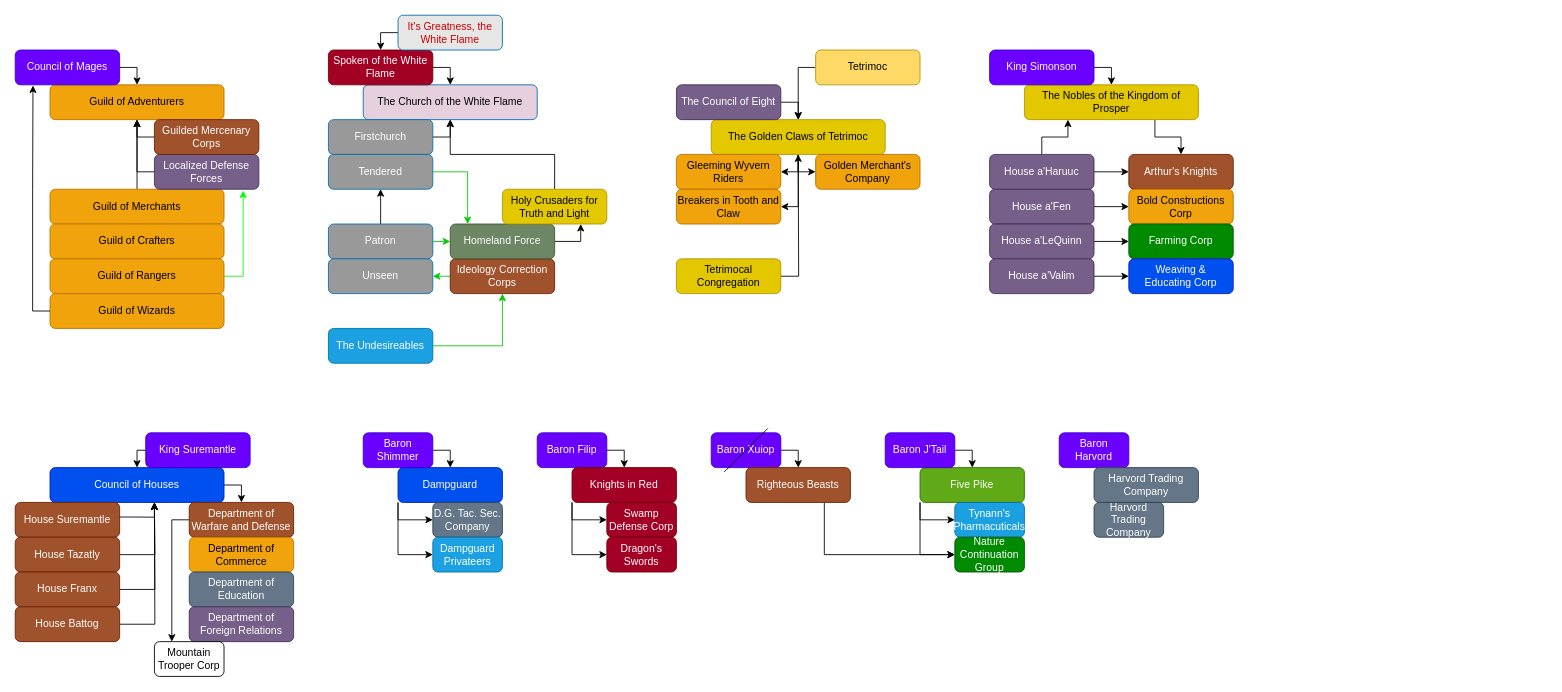
The draw.io diagram MEDIA/SUPP/alatermenianStructures.drawio in craftingcity/The-Known-World, before the edit. Source tidied: cells renumbered, new cells numbered last; positions are measured from the earlier drawing's top-left corner, leaving out a move shared by most shapes. Both pictures are drawn from the tidied source at 87%, with x=0, y=0 at pixel (15, 15).
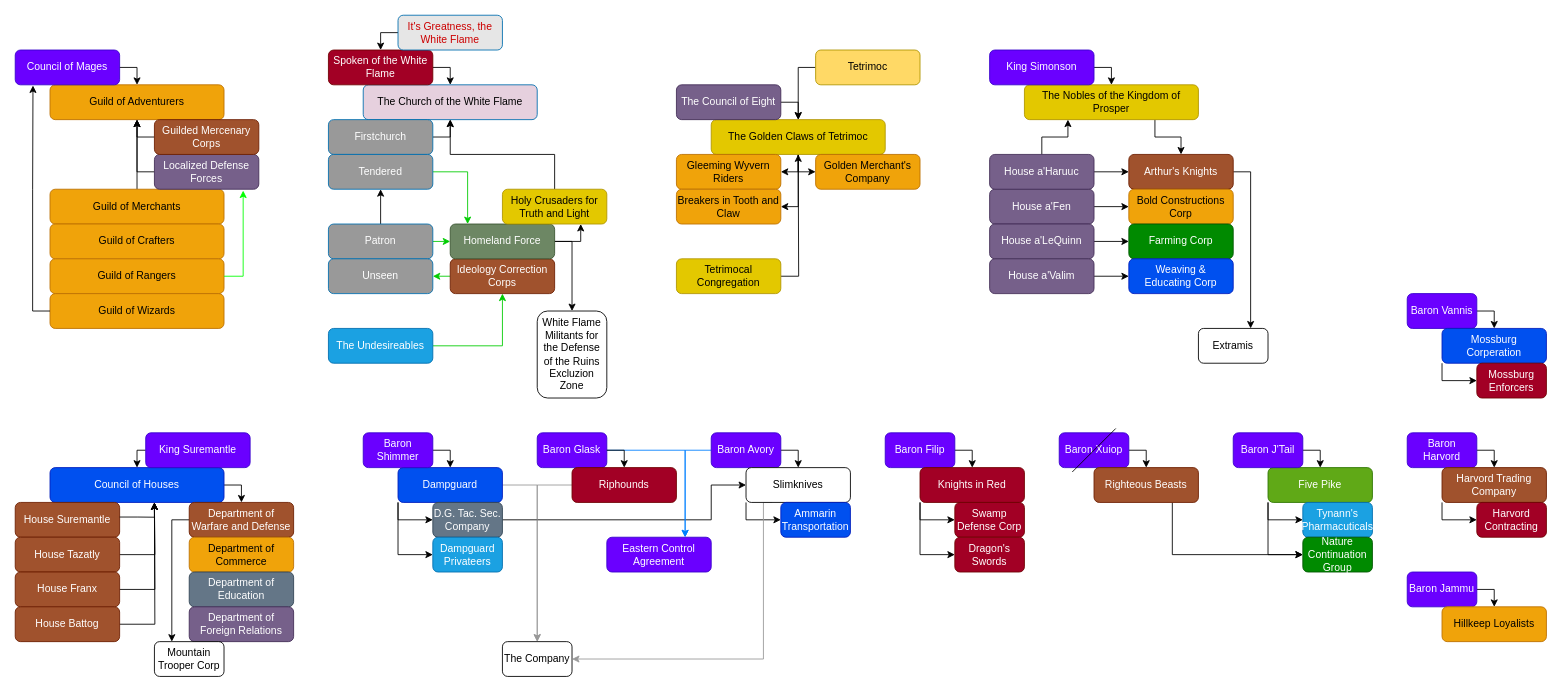
Above is the later version.

Unchanged cells that the change refers to:
```xml
<mxCell id="51" value="Homeland Force" style="rounded=1;whiteSpace=wrap;html=1;fillColor=#6d8764;fontColor=#ffffff;strokeColor=#3A5431;" parent="1" vertex="1">
  <mxGeometry x="500" y="240" width="120" height="40" as="geometry" />
</mxCell>
<mxCell id="71" value="Arthur's Knights" style="rounded=1;whiteSpace=wrap;html=1;fillColor=#a0522d;fontColor=#ffffff;strokeColor=#6D1F00;" parent="1" vertex="1">
  <mxGeometry x="1280" y="160" width="120" height="40" as="geometry" />
</mxCell>
<mxCell id="86" value="Dampguard" style="rounded=1;whiteSpace=wrap;html=1;fillColor=#0050ef;fontColor=#ffffff;strokeColor=#001DBC;" parent="1" vertex="1">
  <mxGeometry x="440" y="520" width="120" height="40" as="geometry" />
</mxCell>
<mxCell id="90" value="D.G. Tac. Sec. Company" style="rounded=1;whiteSpace=wrap;html=1;fillColor=#647687;fontColor=#ffffff;strokeColor=#314354;" parent="1" vertex="1">
  <mxGeometry x="480" y="560" width="80" height="40" as="geometry" />
</mxCell>
```

The edit, as a diff of the source:
```diff
@@
+    <mxCell id="114" style="edgeStyle=orthogonalEdgeStyle;rounded=0;jettySize=auto;html=1;exitX=1;exitY=0.5;exitDx=0;exitDy=0;entryX=0.5;entryY=0;entryDx=0;entryDy=0;" parent="1" edge="1" source="51" target="142">
+      <mxGeometry relative="1" as="geometry" />
+    </mxCell>
@@
+    <mxCell id="115" style="edgeStyle=orthogonalEdgeStyle;rounded=0;jettySize=auto;html=1;exitX=1;exitY=0.5;exitDx=0;exitDy=0;entryX=0.75;entryY=0;entryDx=0;entryDy=0;" parent="1" edge="1" source="71" target="143">
+      <mxGeometry relative="1" as="geometry" />
+    </mxCell>
@@
+    <mxCell id="116" style="edgeStyle=orthogonalEdgeStyle;rounded=0;jettySize=auto;html=1;exitX=1;exitY=0.5;exitDx=0;exitDy=0;entryX=0.5;entryY=0;entryDx=0;entryDy=0;strokeColor=#999999;" parent="1" edge="1" source="86" target="141">
+      <mxGeometry relative="1" as="geometry" />
+    </mxCell>
@@
+    <mxCell id="117" style="edgeStyle=orthogonalEdgeStyle;rounded=0;jettySize=auto;html=1;exitX=1;exitY=0.5;exitDx=0;exitDy=0;entryX=0;entryY=0.5;entryDx=0;entryDy=0;" parent="1" edge="1" source="90" target="137">
+      <mxGeometry relative="1" as="geometry">
+        <Array as="points">
+          <mxPoint x="800" y="580" />
+          <mxPoint x="800" y="540" />
+        </Array>
+      </mxGeometry>
+    </mxCell>
@@
     <mxCell id="93" value="Baron Filip" style="rounded=1;whiteSpace=wrap;html=1;fillColor=#6a00ff;fontColor=#ffffff;strokeColor=#3700CC;" parent="1" vertex="1">
-      <mxGeometry x="600" y="480" width="80" height="40" as="geometry" />
+      <mxGeometry x="1000" y="480" width="80" height="40" as="geometry" />
     </mxCell>
@@
     <mxCell id="96" value="Knights in Red" style="rounded=1;whiteSpace=wrap;html=1;fillColor=#a20025;fontColor=#ffffff;strokeColor=#6F0000;" parent="1" vertex="1">
-      <mxGeometry x="640" y="520" width="120" height="40" as="geometry" />
+      <mxGeometry x="1040" y="520" width="120" height="40" as="geometry" />
     </mxCell>
     <mxCell id="97" value="Swamp Defense Corp" style="rounded=1;whiteSpace=wrap;html=1;fillColor=#a20025;fontColor=#ffffff;strokeColor=#6F0000;" parent="1" vertex="1">
-      <mxGeometry x="680" y="560" width="80" height="40" as="geometry" />
+      <mxGeometry x="1080" y="560" width="80" height="40" as="geometry" />
     </mxCell>
     <mxCell id="98" value="Dragon's Swords" style="rounded=1;whiteSpace=wrap;html=1;fillColor=#a20025;fontColor=#ffffff;strokeColor=#6F0000;" parent="1" vertex="1">
-      <mxGeometry x="680" y="600" width="80" height="40" as="geometry" />
+      <mxGeometry x="1080" y="600" width="80" height="40" as="geometry" />
     </mxCell>
@@
     <mxCell id="101" value="Five Pike" style="rounded=1;whiteSpace=wrap;html=1;fillColor=#60a917;fontColor=#ffffff;strokeColor=#2D7600;" parent="1" vertex="1">
-      <mxGeometry x="1040" y="520" width="120" height="40" as="geometry" />
+      <mxGeometry x="1440" y="520" width="120" height="40" as="geometry" />
     </mxCell>
@@
     <mxCell id="103" value="Baron J'Tail" style="rounded=1;whiteSpace=wrap;html=1;fillColor=#6a00ff;fontColor=#ffffff;strokeColor=#3700CC;" parent="1" vertex="1">
-      <mxGeometry x="1000" y="480" width="80" height="40" as="geometry" />
+      <mxGeometry x="1400" y="480" width="80" height="40" as="geometry" />
     </mxCell>
     <mxCell id="104" value="Tynann's Pharmacuticals" style="rounded=1;whiteSpace=wrap;html=1;fillColor=#1ba1e2;fontColor=#ffffff;strokeColor=#006EAF;" parent="1" vertex="1">
-      <mxGeometry x="1080" y="560" width="80" height="40" as="geometry" />
+      <mxGeometry x="1480" y="560" width="80" height="40" as="geometry" />
     </mxCell>
     <mxCell id="105" value="Nature Continuation Group" style="rounded=1;whiteSpace=wrap;html=1;fillColor=#008a00;fontColor=#ffffff;strokeColor=#005700;" parent="1" vertex="1">
-      <mxGeometry x="1080" y="600" width="80" height="40" as="geometry" />
+      <mxGeometry x="1480" y="600" width="80" height="40" as="geometry" />
     </mxCell>
@@
     <mxCell id="107" value="Baron Xuiop" style="rounded=1;whiteSpace=wrap;html=1;fillColor=#6a00ff;fontColor=#ffffff;strokeColor=#3700CC;" parent="1" vertex="1">
-      <mxGeometry x="800" y="480" width="80" height="40" as="geometry" />
+      <mxGeometry x="1200" y="480" width="80" height="40" as="geometry" />
     </mxCell>
@@
     <mxCell id="109" value="Righteous Beasts" style="rounded=1;whiteSpace=wrap;html=1;fillColor=#a0522d;fontColor=#ffffff;strokeColor=#6D1F00;" parent="1" vertex="1">
-      <mxGeometry x="840" y="520" width="120" height="40" as="geometry" />
+      <mxGeometry x="1240" y="520" width="120" height="40" as="geometry" />
     </mxCell>
     <mxCell id="110" style="endArrow=none;html=1;rounded=0;strokeColor=#000000;" parent="1" edge="1">
       <mxGeometry relative="1" as="geometry">
-        <mxPoint x="815" y="525" as="sourcePoint" />
-        <mxPoint x="865" y="475" as="targetPoint" />
+        <mxPoint x="1215" y="525" as="sourcePoint" />
+        <mxPoint x="1265" y="475" as="targetPoint" />
       </mxGeometry>
     </mxCell>
+    <mxCell id="118" style="edgeStyle=orthogonalEdgeStyle;rounded=0;jettySize=auto;html=1;exitX=1;exitY=0.5;exitDx=0;exitDy=0;entryX=0.5;entryY=0;entryDx=0;entryDy=0;" parent="1" edge="1" source="111" target="112">
+      <mxGeometry relative="1" as="geometry" />
+    </mxCell>
     <mxCell id="111" value="Baron Harvord" style="rounded=1;whiteSpace=wrap;html=1;fillColor=#6a00ff;fontColor=#ffffff;strokeColor=#3700CC;" parent="1" vertex="1">
-      <mxGeometry x="1200" y="480" width="80" height="40" as="geometry" />
+      <mxGeometry x="1600" y="480" width="80" height="40" as="geometry" />
     </mxCell>
+    <mxCell id="119" style="edgeStyle=orthogonalEdgeStyle;rounded=0;jettySize=auto;html=1;exitX=0;exitY=1;exitDx=0;exitDy=0;entryX=0;entryY=0.5;entryDx=0;entryDy=0;" parent="1" edge="1" source="112" target="113">
+      <mxGeometry relative="1" as="geometry" />
+    </mxCell>
-    <mxCell id="112" value="Harvord Trading Company" style="rounded=1;whiteSpace=wrap;html=1;fillColor=#647687;fontColor=#ffffff;strokeColor=#314354;" parent="1" vertex="1">
-      <mxGeometry x="1240" y="520" width="120" height="40" as="geometry" />
+    <mxCell id="112" value="Harvord Trading Company" style="rounded=1;whiteSpace=wrap;html=1;fillColor=#a0522d;fontColor=#ffffff;strokeColor=#6D1F00;" parent="1" vertex="1">
+      <mxGeometry x="1640" y="520" width="120" height="40" as="geometry" />
     </mxCell>
-    <mxCell id="113" value="Harvord Trading Company" style="rounded=1;whiteSpace=wrap;html=1;fillColor=#647687;fontColor=#ffffff;strokeColor=#314354;" parent="1" vertex="1">
-      <mxGeometry x="1240" y="560" width="80" height="40" as="geometry" />
+    <mxCell id="113" value="Harvord Contracting" style="rounded=1;whiteSpace=wrap;html=1;fillColor=#a20025;fontColor=#ffffff;strokeColor=#6F0000;" parent="1" vertex="1">
+      <mxGeometry x="1680" y="560" width="80" height="40" as="geometry" />
     </mxCell>
+    <mxCell id="120" style="edgeStyle=orthogonalEdgeStyle;rounded=0;jettySize=auto;html=1;exitX=1;exitY=0.5;exitDx=0;exitDy=0;" parent="1" edge="1" source="121" target="122">
+      <mxGeometry relative="1" as="geometry" />
+    </mxCell>
+    <mxCell id="121" value="Baron Jammu" style="rounded=1;whiteSpace=wrap;html=1;fillColor=#6a00ff;fontColor=#ffffff;strokeColor=#3700CC;" parent="1" vertex="1">
+      <mxGeometry x="1600" y="640" width="80" height="40" as="geometry" />
+    </mxCell>
+    <mxCell id="122" value="Hillkeep Loyalists" style="rounded=1;whiteSpace=wrap;html=1;fillColor=#f0a30a;fontColor=#000000;strokeColor=#BD7000;" parent="1" vertex="1">
+      <mxGeometry x="1640" y="680" width="120" height="40" as="geometry" />
+    </mxCell>
+    <mxCell id="123" style="edgeStyle=orthogonalEdgeStyle;rounded=0;jettySize=auto;html=1;exitX=1;exitY=0.5;exitDx=0;exitDy=0;" parent="1" edge="1" source="124" target="126">
+      <mxGeometry relative="1" as="geometry" />
+    </mxCell>
+    <mxCell id="124" value="Baron Vannis" style="rounded=1;whiteSpace=wrap;html=1;fillColor=#6a00ff;fontColor=#ffffff;strokeColor=#3700CC;" parent="1" vertex="1">
+      <mxGeometry x="1600" y="320" width="80" height="40" as="geometry" />
+    </mxCell>
+    <mxCell id="125" style="edgeStyle=orthogonalEdgeStyle;rounded=0;jettySize=auto;html=1;exitX=0;exitY=1;exitDx=0;exitDy=0;entryX=0;entryY=0.5;entryDx=0;entryDy=0;" parent="1" edge="1" source="126" target="127">
+      <mxGeometry relative="1" as="geometry" />
+    </mxCell>
+    <mxCell id="126" value="Mossburg Corperation" style="rounded=1;whiteSpace=wrap;html=1;fillColor=#0050ef;fontColor=#ffffff;strokeColor=#001DBC;" parent="1" vertex="1">
+      <mxGeometry x="1640" y="360" width="120" height="40" as="geometry" />
+    </mxCell>
+    <mxCell id="127" value="Mossburg Enforcers" style="rounded=1;whiteSpace=wrap;html=1;fillColor=#a20025;fontColor=#ffffff;strokeColor=#6F0000;" parent="1" vertex="1">
+      <mxGeometry x="1680" y="400" width="80" height="40" as="geometry" />
+    </mxCell>
+    <mxCell id="128" style="edgeStyle=orthogonalEdgeStyle;rounded=0;jettySize=auto;html=1;exitX=1;exitY=0.5;exitDx=0;exitDy=0;entryX=0.75;entryY=0;entryDx=0;entryDy=0;strokeColor=#007FFF;" parent="1" edge="1" source="129" target="139">
+      <mxGeometry relative="1" as="geometry" />
+    </mxCell>
+    <mxCell id="129" value="Baron Glask" style="rounded=1;whiteSpace=wrap;html=1;fillColor=#6a00ff;fontColor=#ffffff;strokeColor=#3700CC;" parent="1" vertex="1">
+      <mxGeometry x="600" y="480" width="80" height="40" as="geometry" />
+    </mxCell>
+    <mxCell id="130" style="edgeStyle=orthogonalEdgeStyle;rounded=0;jettySize=auto;html=1;exitX=0;exitY=0.5;exitDx=0;exitDy=0;entryX=0.5;entryY=0;entryDx=0;entryDy=0;strokeColor=#999999;" parent="1" edge="1" source="131" target="141">
+      <mxGeometry relative="1" as="geometry" />
+    </mxCell>
+    <mxCell id="131" value="Riphounds" style="rounded=1;whiteSpace=wrap;html=1;fillColor=#a20025;fontColor=#ffffff;strokeColor=#6F0000;" parent="1" vertex="1">
+      <mxGeometry x="640" y="520" width="120" height="40" as="geometry" />
+    </mxCell>
+    <mxCell id="132" style="edgeStyle=orthogonalEdgeStyle;rounded=0;jettySize=auto;html=1;exitX=1;exitY=0.5;exitDx=0;exitDy=0;" parent="1" edge="1" source="134" target="137">
+      <mxGeometry relative="1" as="geometry" />
+    </mxCell>
+    <mxCell id="133" style="edgeStyle=orthogonalEdgeStyle;rounded=0;jettySize=auto;html=1;exitX=0;exitY=0.5;exitDx=0;exitDy=0;entryX=0.75;entryY=0;entryDx=0;entryDy=0;strokeColor=#007FFF;" parent="1" edge="1" source="134" target="139">
+      <mxGeometry relative="1" as="geometry" />
+    </mxCell>
+    <mxCell id="134" value="Baron Avory" style="rounded=1;whiteSpace=wrap;html=1;fillColor=#6a00ff;fontColor=#ffffff;strokeColor=#3700CC;" parent="1" vertex="1">
+      <mxGeometry x="800" y="480" width="80" height="40" as="geometry" />
+    </mxCell>
+    <mxCell id="135" style="edgeStyle=orthogonalEdgeStyle;rounded=0;jettySize=auto;html=1;exitX=0;exitY=1;exitDx=0;exitDy=0;entryX=0;entryY=0.5;entryDx=0;entryDy=0;" parent="1" edge="1" source="137" target="138">
+      <mxGeometry relative="1" as="geometry" />
+    </mxCell>
+    <mxCell id="136" style="edgeStyle=orthogonalEdgeStyle;rounded=0;jettySize=auto;html=1;exitX=0.25;exitY=1;exitDx=0;exitDy=0;entryX=1;entryY=0.5;entryDx=0;entryDy=0;strokeColor=#999999;" parent="1" edge="1" source="137" target="141">
+      <mxGeometry relative="1" as="geometry">
+        <Array as="points">
+          <mxPoint x="860" y="560" />
+          <mxPoint x="860" y="740" />
+        </Array>
+      </mxGeometry>
+    </mxCell>
+    <mxCell id="137" value="Slimknives" style="rounded=1;whiteSpace=wrap;html=1;" parent="1" vertex="1">
+      <mxGeometry x="840" y="520" width="120" height="40" as="geometry" />
+    </mxCell>
+    <mxCell id="138" value="Ammarin Transportation" style="rounded=1;whiteSpace=wrap;html=1;fillColor=#0050ef;fontColor=#ffffff;strokeColor=#001DBC;" parent="1" vertex="1">
+      <mxGeometry x="880" y="560" width="80" height="40" as="geometry" />
+    </mxCell>
+    <mxCell id="139" value="Eastern Control Agreement" style="rounded=1;whiteSpace=wrap;html=1;fillColor=#6a00ff;fontColor=#ffffff;strokeColor=#3700CC;" parent="1" vertex="1">
+      <mxGeometry x="680" y="600" width="120" height="40" as="geometry" />
+    </mxCell>
+    <mxCell id="140" style="edgeStyle=orthogonalEdgeStyle;rounded=0;jettySize=auto;html=1;exitX=1;exitY=0.5;exitDx=0;exitDy=0;" parent="1" edge="1" source="129" target="131">
+      <mxGeometry relative="1" as="geometry" />
+    </mxCell>
+    <mxCell id="141" value="The Company" style="rounded=1;whiteSpace=wrap;html=1;" parent="1" vertex="1">
+      <mxGeometry x="560" y="720" width="80" height="40" as="geometry" />
+    </mxCell>
+    <mxCell id="142" value="White Flame Militants for the Defense of the Ruins Excluzion Zone" style="rounded=1;whiteSpace=wrap;html=1;" parent="1" vertex="1">
+      <mxGeometry x="600" y="340" width="80" height="100" as="geometry" />
+    </mxCell>
+    <mxCell id="143" value="Extramis" style="rounded=1;whiteSpace=wrap;html=1;" parent="1" vertex="1">
+      <mxGeometry x="1360" y="360" width="80" height="40" as="geometry" />
+    </mxCell>
```
